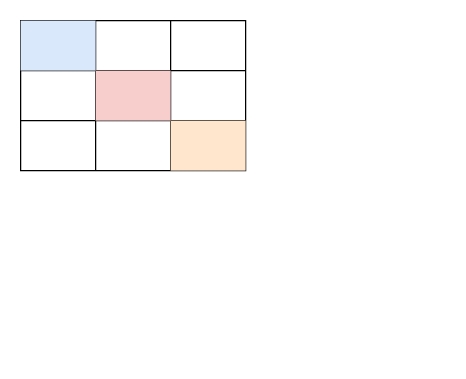
Earlier version of the draw.io diagram page "Page-1" (1 of 2) of docs/assets/drawio/demo.drawio (SszOrg/bulletin). Source tidied: cells renumbered, new cells numbered last; positions are measured from the earlier drawing's top-left corner, leaving out a move shared by most shapes. Both pictures are drawn from the tidied source at 125%, with x=0, y=0 at pixel (20, 20).
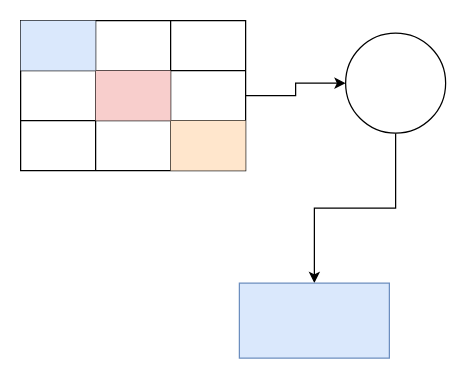
After the change.

The edit, as a diff of the source:
```diff
@@
 <mxGraphModel>
   <root>
     <mxCell id="0" />
     <mxCell id="1" parent="0" />
     <mxCell id="2" style="shape=table;html=1;whiteSpace=wrap;startSize=0;childLayout=tableLayout;" parent="1" vertex="1">
       <mxGeometry width="180" height="120" as="geometry" />
     </mxCell>
     <mxCell id="3" style="shape=tableRow;horizontal=0;startSize=0;swimlaneHead=0;swimlaneBody=0;top=0;left=0;bottom=0;right=0;fillColor=none;" parent="2" vertex="1">
       <mxGeometry width="180" height="40" as="geometry" />
     </mxCell>
     <mxCell id="4" style="shape=partialRectangle;html=1;whiteSpace=wrap;fillColor=#dae8fc;top=0;left=0;bottom=0;right=0;overflow=hidden;strokeColor=#6c8ebf;" parent="3" vertex="1">
       <mxGeometry width="60" height="40" as="geometry" />
     </mxCell>
     <mxCell id="5" style="shape=partialRectangle;html=1;whiteSpace=wrap;fillColor=none;top=0;left=0;bottom=0;right=0;overflow=hidden;" parent="3" vertex="1">
       <mxGeometry x="60" width="60" height="40" as="geometry" />
     </mxCell>
     <mxCell id="6" style="shape=partialRectangle;html=1;whiteSpace=wrap;fillColor=none;top=0;left=0;bottom=0;right=0;overflow=hidden;" parent="3" vertex="1">
       <mxGeometry x="120" width="60" height="40" as="geometry" />
     </mxCell>
     <mxCell id="7" style="shape=tableRow;horizontal=0;startSize=0;swimlaneHead=0;swimlaneBody=0;top=0;left=0;bottom=0;right=0;fillColor=none;points=[[0,0.5],[1,0.5]];portConstraint=eastwest;" parent="2" vertex="1">
       <mxGeometry y="40" width="180" height="40" as="geometry" />
     </mxCell>
     <mxCell id="8" style="shape=partialRectangle;html=1;whiteSpace=wrap;fillColor=none;top=0;left=0;bottom=0;right=0;overflow=hidden;" parent="7" vertex="1">
       <mxGeometry width="60" height="40" as="geometry" />
     </mxCell>
     <mxCell id="9" style="shape=partialRectangle;html=1;whiteSpace=wrap;fillColor=#f8cecc;top=0;left=0;bottom=0;right=0;overflow=hidden;strokeColor=#b85450;" parent="7" vertex="1">
       <mxGeometry x="60" width="60" height="40" as="geometry" />
     </mxCell>
     <mxCell id="10" style="shape=partialRectangle;html=1;whiteSpace=wrap;fillColor=none;top=0;left=0;bottom=0;right=0;overflow=hidden;" parent="7" vertex="1">
       <mxGeometry x="120" width="60" height="40" as="geometry" />
     </mxCell>
     <mxCell id="11" style="shape=tableRow;horizontal=0;startSize=0;swimlaneHead=0;swimlaneBody=0;top=0;left=0;bottom=0;right=0;fillColor=none;" parent="2" vertex="1">
       <mxGeometry y="80" width="180" height="40" as="geometry" />
     </mxCell>
     <mxCell id="12" style="shape=partialRectangle;html=1;whiteSpace=wrap;fillColor=none;top=0;left=0;bottom=0;right=0;overflow=hidden;" parent="11" vertex="1">
       <mxGeometry width="60" height="40" as="geometry" />
     </mxCell>
     <mxCell id="13" style="shape=partialRectangle;html=1;whiteSpace=wrap;fillColor=none;top=0;left=0;bottom=0;right=0;overflow=hidden;" parent="11" vertex="1">
       <mxGeometry x="60" width="60" height="40" as="geometry" />
     </mxCell>
     <mxCell id="14" style="shape=partialRectangle;html=1;whiteSpace=wrap;fillColor=#ffe6cc;top=0;left=0;bottom=0;right=0;overflow=hidden;strokeColor=#d79b00;" parent="11" vertex="1">
       <mxGeometry x="120" width="60" height="40" as="geometry" />
     </mxCell>
+    <mxCell id="15" style="edgeStyle=orthogonalEdgeStyle;rounded=0;jettySize=auto;html=1;entryX=0.5;entryY=0;entryDx=0;entryDy=0;" parent="1" edge="1" source="16" target="17">
+      <mxGeometry relative="1" as="geometry" />
+    </mxCell>
+    <mxCell id="16" style="ellipse;whiteSpace=wrap;html=1;" parent="1" vertex="1">
+      <mxGeometry x="260" y="10" width="80" height="80" as="geometry" />
+    </mxCell>
+    <mxCell id="17" style="rounded=0;whiteSpace=wrap;html=1;fillColor=#dae8fc;strokeColor=#6c8ebf;" parent="1" vertex="1">
+      <mxGeometry x="175" y="210" width="120" height="60" as="geometry" />
+    </mxCell>
+    <mxCell id="18" style="edgeStyle=orthogonalEdgeStyle;rounded=0;jettySize=auto;html=1;" parent="1" edge="1" source="7" target="16">
+      <mxGeometry relative="1" as="geometry" />
+    </mxCell>
   </root>
 </mxGraphModel>
```
